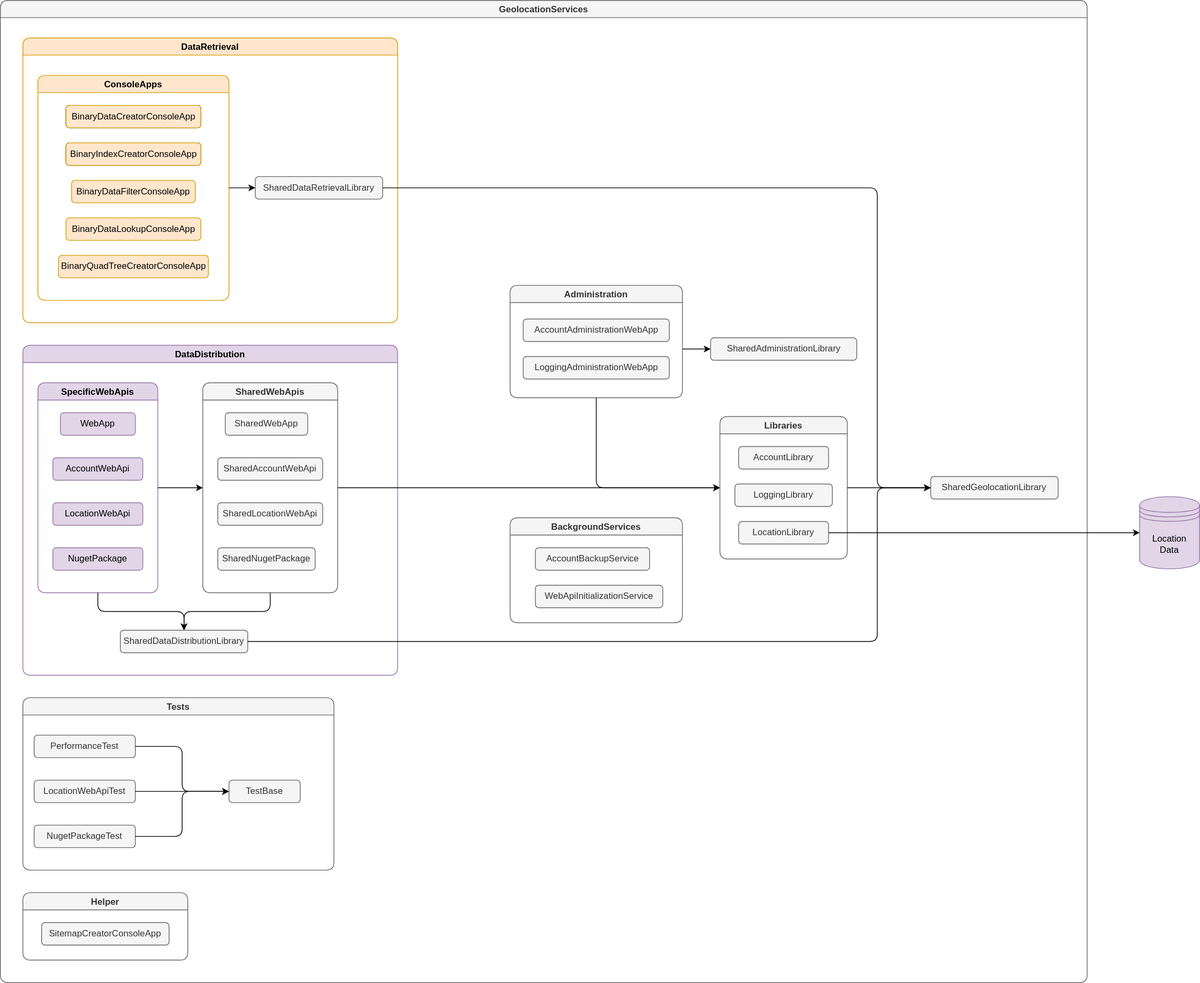
gartenkralle/geolocation-services-doc keeps this draw.io diagram as _images/architecture-component-diagram.drawio.svg. Above is the earlier version. Source tidied: cells renumbered, new cells last; positions are measured from the earlier drawing's top-left corner, leaving out a move shared by most shapes.
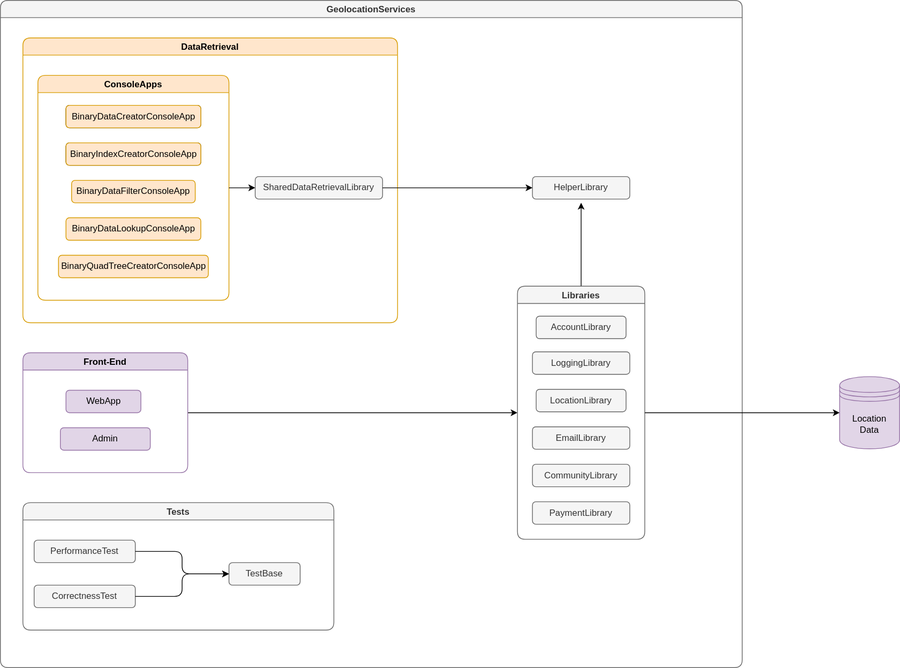
Above is the later version.

The edit, as a diff of the source:
```diff
@@ -3,7 +3,7 @@
     <mxCell id="0" />
     <mxCell id="1" parent="0" />
     <mxCell id="2" value="GeolocationServices" style="swimlane;fillColor=#f5f5f5;strokeColor=#666666;shadow=0;flipH=0;flipV=0;rounded=1;swimlaneLine=1;fontColor=#333333;" parent="1" vertex="1">
-      <mxGeometry width="1450" height="1310" as="geometry" />
+      <mxGeometry width="990" height="890" as="geometry" />
     </mxCell>
     <mxCell id="3" value="DataRetrieval" style="swimlane;fillColor=#ffe6cc;strokeColor=#d79b00;rounded=1;swimlaneFillColor=none;" parent="2" vertex="1">
       <mxGeometry x="30" y="50" width="500" height="380" as="geometry" />
@@ -38,67 +38,25 @@
     <mxCell id="13" style="endArrow=classic;html=1;exitX=1;exitY=0.5;exitDx=0;exitDy=0;entryX=0;entryY=0.5;entryDx=0;entryDy=0;" parent="3" edge="1" source="4" target="12">
       <mxGeometry relative="1" as="geometry" />
     </mxCell>
+    <mxCell id="59" style="edgeStyle=orthogonalEdgeStyle;rounded=0;jettySize=auto;html=1;exitX=1;exitY=0.5;exitDx=0;exitDy=0;entryX=0;entryY=0.5;entryDx=0;entryDy=0;" parent="2" edge="1" source="14" target="41">
+      <mxGeometry relative="1" as="geometry" />
+    </mxCell>
-    <mxCell id="14" value="DataDistribution" style="swimlane;fillColor=#e1d5e7;strokeColor=#9673a6;rounded=1;" parent="2" vertex="1">
-      <mxGeometry x="30" y="460" width="500" height="440" as="geometry" />
+    <mxCell id="14" value="Front-End" style="swimlane;fillColor=#e1d5e7;strokeColor=#9673a6;rounded=1;" parent="2" vertex="1">
+      <mxGeometry x="30" y="470" width="220" height="160" as="geometry" />
     </mxCell>
-    <mxCell id="15" value="SharedDataDistributionLibrary" style="whiteSpace=wrap;html=1;fillColor=#f5f5f5;strokeColor=#666666;rounded=1;fillOpacity=100;fontColor=#333333;" parent="14" vertex="1">
-      <mxGeometry x="130" y="380" width="170" height="30" as="geometry" />
-    </mxCell>
-    <mxCell id="16" value="SpecificWebApis" style="swimlane;fillColor=#e1d5e7;strokeColor=#9673a6;startSize=23;rounded=1;" parent="14" vertex="1">
-      <mxGeometry x="20" y="50" width="160" height="280" as="geometry" />
-    </mxCell>
-    <mxCell id="17" value="WebApp" style="whiteSpace=wrap;html=1;fillColor=#e1d5e7;strokeColor=#9673a6;rounded=1;" parent="16" vertex="1">
-      <mxGeometry x="30" y="40" width="100" height="30" as="geometry" />
+    <mxCell id="17" value="WebApp" style="whiteSpace=wrap;html=1;fillColor=#e1d5e7;strokeColor=#9673a6;rounded=1;" parent="14" vertex="1">
+      <mxGeometry x="57.5" y="50" width="100" height="30" as="geometry" />
     </mxCell>
-    <mxCell id="18" value="LocationWebApi" style="whiteSpace=wrap;html=1;fillColor=#e1d5e7;strokeColor=#9673a6;rounded=1;" parent="16" vertex="1">
-      <mxGeometry x="20" y="160" width="120" height="30" as="geometry" />
-    </mxCell>
-    <mxCell id="19" value="NugetPackage" style="whiteSpace=wrap;html=1;fillColor=#e1d5e7;strokeColor=#9673a6;rounded=1;" parent="16" vertex="1">
-      <mxGeometry x="20" y="220" width="120" height="30" as="geometry" />
-    </mxCell>
-    <mxCell id="20" value="AccountWebApi" style="whiteSpace=wrap;html=1;fillColor=#e1d5e7;strokeColor=#9673a6;rounded=1;" parent="16" vertex="1">
-      <mxGeometry x="20" y="100" width="120" height="30" as="geometry" />
+    <mxCell id="20" value="Admin" style="whiteSpace=wrap;html=1;fillColor=#e1d5e7;strokeColor=#9673a6;rounded=1;" parent="14" vertex="1">
+      <mxGeometry x="50" y="100" width="120" height="30" as="geometry" />
     </mxCell>
-    <mxCell id="21" value="SharedWebApis" style="swimlane;fillColor=#f5f5f5;strokeColor=#666666;fontColor=#333333;startSize=23;rounded=1;" parent="14" vertex="1">
-      <mxGeometry x="240" y="50" width="180" height="280" as="geometry" />
-    </mxCell>
-    <mxCell id="22" value="SharedWebApp" style="whiteSpace=wrap;html=1;fillColor=#f5f5f5;strokeColor=#666666;rounded=1;fontColor=#333333;" parent="21" vertex="1">
-      <mxGeometry x="30" y="40" width="110" height="30" as="geometry" />
-    </mxCell>
-    <mxCell id="23" value="SharedLocationWebApi" style="whiteSpace=wrap;html=1;fillColor=#f5f5f5;strokeColor=#666666;rounded=1;fontColor=#333333;" parent="21" vertex="1">
-      <mxGeometry x="20" y="160" width="140" height="30" as="geometry" />
-    </mxCell>
-    <mxCell id="24" value="SharedNugetPackage" style="whiteSpace=wrap;html=1;fillColor=#f5f5f5;strokeColor=#666666;rounded=1;fontColor=#333333;" parent="21" vertex="1">
-      <mxGeometry x="20" y="220" width="130" height="30" as="geometry" />
-    </mxCell>
-    <mxCell id="25" value="SharedAccountWebApi" style="whiteSpace=wrap;html=1;fillColor=#f5f5f5;strokeColor=#666666;rounded=1;fontColor=#333333;" parent="21" vertex="1">
-      <mxGeometry x="20" y="100" width="140" height="30" as="geometry" />
-    </mxCell>
-    <mxCell id="26" style="endArrow=classic;html=1;rounded=1;exitX=0.5;exitY=1;exitDx=0;exitDy=0;entryX=0.5;entryY=0;entryDx=0;entryDy=0;edgeStyle=orthogonalEdgeStyle;" parent="14" edge="1" source="21" target="15">
-      <mxGeometry relative="1" as="geometry" />
-    </mxCell>
-    <mxCell id="27" style="endArrow=classic;html=1;rounded=0;exitX=1;exitY=0.5;exitDx=0;exitDy=0;entryX=0;entryY=0.5;entryDx=0;entryDy=0;" parent="14" edge="1" source="16" target="21">
-      <mxGeometry relative="1" as="geometry" />
-    </mxCell>
-    <mxCell id="28" style="endArrow=classic;html=1;rounded=1;exitX=0.5;exitY=1;exitDx=0;exitDy=0;entryX=0.5;entryY=0;entryDx=0;entryDy=0;edgeStyle=orthogonalEdgeStyle;" parent="14" edge="1" source="16" target="15">
-      <mxGeometry relative="1" as="geometry" />
-    </mxCell>
-    <mxCell id="29" value="BackgroundServices" style="swimlane;fillColor=#f5f5f5;strokeColor=#666666;rounded=1;fontColor=#333333;" parent="2" vertex="1">
-      <mxGeometry x="680" y="690" width="230" height="140" as="geometry" />
-    </mxCell>
-    <mxCell id="30" value="WebApiInitializationService" style="whiteSpace=wrap;html=1;fillColor=#f5f5f5;strokeColor=#666666;rounded=1;fontColor=#333333;" parent="29" vertex="1">
-      <mxGeometry x="33.8" y="90" width="170" height="30" as="geometry" />
-    </mxCell>
-    <mxCell id="31" value="AccountBackupService" style="whiteSpace=wrap;html=1;fillColor=#f5f5f5;strokeColor=#666666;rounded=1;fontColor=#333333;" parent="29" vertex="1">
-      <mxGeometry x="33.8" y="40" width="152.5" height="30" as="geometry" />
-    </mxCell>
     <mxCell id="32" value="Tests" style="swimlane;fillColor=#f5f5f5;strokeColor=#666666;rounded=1;fontColor=#333333;" parent="2" vertex="1">
-      <mxGeometry x="30" y="930" width="415" height="230" as="geometry" />
+      <mxGeometry x="30" y="670" width="415" height="170" as="geometry" />
     </mxCell>
     <mxCell id="33" value="TestBase" style="whiteSpace=wrap;html=1;fillColor=#f5f5f5;strokeColor=#666666;rounded=1;fontColor=#333333;" parent="32" vertex="1">
-      <mxGeometry x="275" y="110" width="95" height="30" as="geometry" />
+      <mxGeometry x="275" y="80" width="95" height="30" as="geometry" />
     </mxCell>
-    <mxCell id="34" value="LocationWebApiTest" style="whiteSpace=wrap;html=1;fillColor=#f5f5f5;strokeColor=#666666;rounded=1;fontColor=#333333;" parent="32" vertex="1">
+    <mxCell id="34" value="CorrectnessTest" style="whiteSpace=wrap;html=1;fillColor=#f5f5f5;strokeColor=#666666;rounded=1;fontColor=#333333;" parent="32" vertex="1">
       <mxGeometry x="15" y="110" width="135" height="30" as="geometry" />
     </mxCell>
     <mxCell id="35" value="PerformanceTest" style="whiteSpace=wrap;html=1;fillColor=#f5f5f5;strokeColor=#666666;rounded=1;fontColor=#333333;" parent="32" vertex="1">
@@ -110,93 +68,42 @@
     <mxCell id="37" style="endArrow=classic;html=1;exitX=1;exitY=0.5;exitDx=0;exitDy=0;entryX=0;entryY=0.5;entryDx=0;entryDy=0;edgeStyle=orthogonalEdgeStyle;arcSize=20;fillColor=#d5e8d4;strokeColor=#000000;" parent="32" edge="1" source="34" target="33">
       <mxGeometry relative="1" as="geometry" />
     </mxCell>
-    <mxCell id="38" value="NugetPackageTest" style="whiteSpace=wrap;html=1;fillColor=#f5f5f5;strokeColor=#666666;rounded=1;fontColor=#333333;" parent="32" vertex="1">
-      <mxGeometry x="15" y="170" width="135" height="30" as="geometry" />
-    </mxCell>
-    <mxCell id="39" style="endArrow=classic;html=1;exitX=1;exitY=0.5;exitDx=0;exitDy=0;entryX=0;entryY=0.5;entryDx=0;entryDy=0;edgeStyle=orthogonalEdgeStyle;arcSize=20;fillColor=#d5e8d4;strokeColor=#000000;" parent="32" edge="1" source="38" target="33">
-      <mxGeometry relative="1" as="geometry" />
-    </mxCell>
-    <mxCell id="40" value="SharedGeolocationLibrary" style="whiteSpace=wrap;html=1;fillColor=#f5f5f5;strokeColor=#666666;rounded=1;fontColor=#333333;" parent="2" vertex="1">
-      <mxGeometry x="1241.2" y="635" width="170" height="30" as="geometry" />
-    </mxCell>
+    <mxCell id="60" style="edgeStyle=orthogonalEdgeStyle;rounded=0;jettySize=auto;html=1;exitX=0.5;exitY=0;exitDx=0;exitDy=0;" parent="2" edge="1" source="41">
+      <mxGeometry relative="1" as="geometry">
+        <mxPoint x="775" y="270" as="targetPoint" />
+      </mxGeometry>
+    </mxCell>
     <mxCell id="41" value="Libraries" style="swimlane;fillColor=#f5f5f5;strokeColor=#666666;rounded=1;fontColor=#333333;" parent="2" vertex="1">
-      <mxGeometry x="960" y="555" width="170" height="190" as="geometry" />
+      <mxGeometry x="690" y="381.2" width="170" height="337.5" as="geometry" />
     </mxCell>
     <mxCell id="42" value="AccountLibrary" style="whiteSpace=wrap;html=1;fillColor=#f5f5f5;strokeColor=#666666;rounded=1;fontColor=#333333;" parent="41" vertex="1">
       <mxGeometry x="25" y="40" width="120" height="30" as="geometry" />
     </mxCell>
     <mxCell id="43" value="LocationLibrary" style="whiteSpace=wrap;html=1;fillColor=#f5f5f5;strokeColor=#666666;rounded=1;fontColor=#333333;" parent="41" vertex="1">
-      <mxGeometry x="25" y="140" width="120" height="30" as="geometry" />
+      <mxGeometry x="25" y="137.5" width="120" height="30" as="geometry" />
     </mxCell>
     <mxCell id="44" value="LoggingLibrary" style="whiteSpace=wrap;html=1;fillColor=#f5f5f5;strokeColor=#666666;rounded=1;fontColor=#333333;" parent="41" vertex="1">
-      <mxGeometry x="20" y="90" width="130" height="30" as="geometry" />
+      <mxGeometry x="20" y="87.5" width="130" height="30" as="geometry" />
     </mxCell>
-    <mxCell id="45" style="endArrow=classic;html=1;rounded=1;exitX=1;exitY=0.5;exitDx=0;exitDy=0;entryX=0;entryY=0.5;entryDx=0;entryDy=0;edgeStyle=orthogonalEdgeStyle;" parent="2" edge="1" source="41" target="40">
-      <mxGeometry relative="1" as="geometry">
-        <Array as="points">
-          <mxPoint x="1200" y="650" />
-          <mxPoint x="1200" y="650" />
-        </Array>
-      </mxGeometry>
-    </mxCell>
-    <mxCell id="46" value="Administration" style="swimlane;rounded=1;fillColor=#f5f5f5;fontColor=#333333;strokeColor=#666666;" parent="2" vertex="1">
-      <mxGeometry x="680" y="380" width="230" height="150" as="geometry" />
-    </mxCell>
-    <mxCell id="47" value="AccountAdministrationWebApp" style="whiteSpace=wrap;html=1;fillColor=#f5f5f5;strokeColor=#666666;rounded=1;fontColor=#333333;" parent="46" vertex="1">
-      <mxGeometry x="17.5" y="45" width="195" height="30" as="geometry" />
-    </mxCell>
-    <mxCell id="48" value="LoggingAdministrationWebApp" style="whiteSpace=wrap;html=1;fillColor=#f5f5f5;strokeColor=#666666;rounded=1;fontColor=#333333;" parent="46" vertex="1">
-      <mxGeometry x="17.5" y="95" width="195" height="30" as="geometry" />
-    </mxCell>
-    <mxCell id="49" style="endArrow=classic;html=1;rounded=1;exitX=0.5;exitY=1;exitDx=0;exitDy=0;entryX=0;entryY=0.5;entryDx=0;entryDy=0;edgeStyle=orthogonalEdgeStyle;" parent="2" edge="1" source="46" target="41">
-      <mxGeometry relative="1" as="geometry">
-        <Array as="points">
-          <mxPoint x="795" y="650" />
-        </Array>
-      </mxGeometry>
-    </mxCell>
-    <mxCell id="50" style="endArrow=classic;html=1;exitX=1;exitY=0.5;exitDx=0;exitDy=0;entryX=0;entryY=0.5;entryDx=0;entryDy=0;edgeStyle=orthogonalEdgeStyle;arcSize=20;fillColor=#d5e8d4;strokeColor=#000000;" parent="2" edge="1" source="12" target="40">
-      <mxGeometry relative="1" as="geometry">
-        <Array as="points">
-          <mxPoint x="1170" y="250" />
-          <mxPoint x="1170" y="650" />
-        </Array>
-      </mxGeometry>
-    </mxCell>
-    <mxCell id="51" style="endArrow=classic;html=1;rounded=1;entryX=0;entryY=0.5;entryDx=0;entryDy=0;edgeStyle=orthogonalEdgeStyle;exitX=1;exitY=0.5;exitDx=0;exitDy=0;" parent="2" edge="1" source="21" target="41">
-      <mxGeometry relative="1" as="geometry">
-        <Array as="points">
-          <mxPoint x="710" y="650" />
-          <mxPoint x="710" y="650" />
-        </Array>
-      </mxGeometry>
-    </mxCell>
-    <mxCell id="52" value="Helper" style="swimlane;fillColor=#f5f5f5;strokeColor=#666666;rounded=1;fontColor=#333333;" parent="2" vertex="1">
-      <mxGeometry x="30" y="1190" width="220" height="90" as="geometry" />
-    </mxCell>
-    <mxCell id="53" value="SitemapCreatorConsoleApp" style="whiteSpace=wrap;html=1;fillColor=#f5f5f5;strokeColor=#666666;rounded=1;fontColor=#333333;" parent="52" vertex="1">
-      <mxGeometry x="25" y="40" width="170" height="30" as="geometry" />
-    </mxCell>
-    <mxCell id="54" style="endArrow=classic;html=1;rounded=1;exitX=1;exitY=0.5;exitDx=0;exitDy=0;entryX=0;entryY=0.5;entryDx=0;entryDy=0;edgeStyle=orthogonalEdgeStyle;" parent="2" edge="1" source="15" target="40">
-      <mxGeometry relative="1" as="geometry">
-        <Array as="points">
-          <mxPoint x="1170" y="855" />
-          <mxPoint x="1170" y="650" />
-        </Array>
-      </mxGeometry>
-    </mxCell>
-    <mxCell id="55" value="SharedAdministrationLibrary" style="whiteSpace=wrap;html=1;fillColor=#f5f5f5;strokeColor=#666666;rounded=1;fontColor=#333333;" parent="2" vertex="1">
-      <mxGeometry x="947.5" y="450" width="195" height="30" as="geometry" />
-    </mxCell>
-    <mxCell id="56" style="endArrow=classic;html=1;rounded=1;entryX=0;entryY=0.5;entryDx=0;entryDy=0;" parent="2" edge="1" target="55">
-      <mxGeometry relative="1" as="geometry">
-        <mxPoint x="910" y="465" as="sourcePoint" />
-      </mxGeometry>
-    </mxCell>
+    <mxCell id="61" value="EmailLibrary" style="whiteSpace=wrap;html=1;fillColor=#f5f5f5;strokeColor=#666666;rounded=1;fontColor=#333333;" parent="41" vertex="1">
+      <mxGeometry x="20" y="187.5" width="130" height="30" as="geometry" />
+    </mxCell>
+    <mxCell id="62" value="CommunityLibrary" style="whiteSpace=wrap;html=1;fillColor=#f5f5f5;strokeColor=#666666;rounded=1;fontColor=#333333;" parent="41" vertex="1">
+      <mxGeometry x="20" y="237.5" width="130" height="30" as="geometry" />
+    </mxCell>
+    <mxCell id="63" value="PaymentLibrary" style="whiteSpace=wrap;html=1;fillColor=#f5f5f5;strokeColor=#666666;rounded=1;fontColor=#333333;" parent="41" vertex="1">
+      <mxGeometry x="20" y="287.5" width="130" height="30" as="geometry" />
+    </mxCell>
+    <mxCell id="64" value="HelperLibrary" style="whiteSpace=wrap;html=1;fillColor=#f5f5f5;strokeColor=#666666;rounded=1;fontColor=#333333;" parent="2" vertex="1">
+      <mxGeometry x="710" y="235" width="130" height="30" as="geometry" />
+    </mxCell>
+    <mxCell id="65" style="edgeStyle=orthogonalEdgeStyle;rounded=0;jettySize=auto;html=1;exitX=1;exitY=0.5;exitDx=0;exitDy=0;" parent="2" edge="1" source="12" target="64">
+      <mxGeometry relative="1" as="geometry" />
+    </mxCell>
     <mxCell id="57" value="Location&lt;br&gt;Data" style="shape=datastore;whiteSpace=wrap;html=1;fillColor=#e1d5e7;strokeColor=#9673a6;" parent="1" vertex="1">
-      <mxGeometry x="1520" y="661.9" width="80" height="96.2" as="geometry" />
+      <mxGeometry x="1120" y="501.9" width="80" height="96.2" as="geometry" />
     </mxCell>
-    <mxCell id="58" style="endArrow=classic;html=1;rounded=1;exitX=1;exitY=0.5;exitDx=0;exitDy=0;edgeStyle=orthogonalEdgeStyle;entryX=0;entryY=0.5;entryDx=0;entryDy=0;" parent="1" edge="1" source="43" target="57">
+    <mxCell id="58" style="endArrow=classic;html=1;rounded=1;edgeStyle=orthogonalEdgeStyle;entryX=0;entryY=0.5;entryDx=0;entryDy=0;exitX=1;exitY=0.5;exitDx=0;exitDy=0;" parent="1" edge="1" source="41" target="57">
       <mxGeometry relative="1" as="geometry" />
     </mxCell>
   </root>
```
